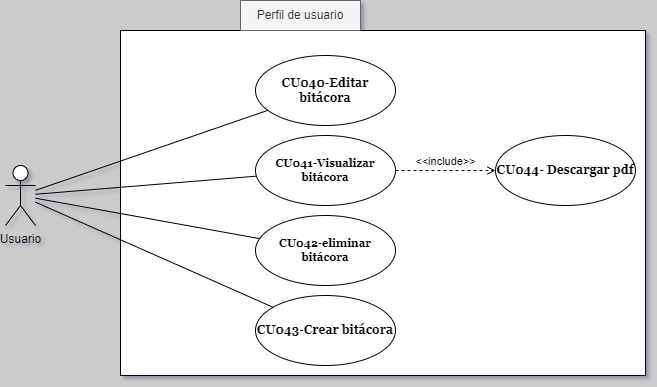
Before: DiagraCasosDeUso/PerfilDeUsuario.png, a diagram exported from draw.io (CH3MOO/SpecialityX). Source tidied: cells renumbered, new cells last; positions are measured from the earlier drawing's top-left corner, leaving out a move shared by most shapes.
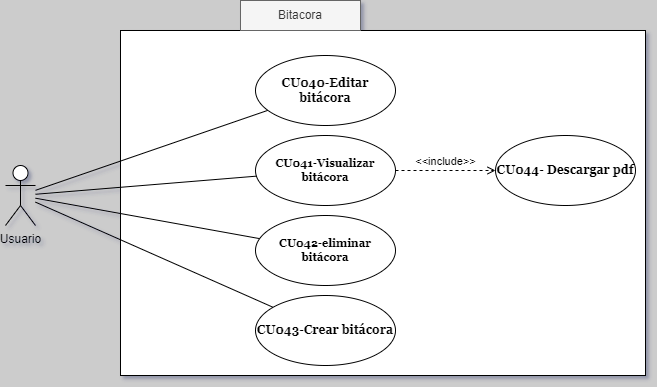
Above is the later version.

Change to the diagram source:
```diff
@@ -32,7 +32,7 @@
     <mxCell id="11" style="endArrow=none;html=1;rounded=0;" parent="1" edge="1" source="3" target="8">
       <mxGeometry relative="1" as="geometry" />
     </mxCell>
-    <mxCell id="12" value="Perfil de usuario" style="text;html=1;align=center;verticalAlign=middle;whiteSpace=wrap;rounded=0;fillColor=#f5f5f5;strokeColor=#666666;fontColor=#333333;" parent="1" vertex="1">
+    <mxCell id="12" value="Bitacora" style="text;html=1;align=center;verticalAlign=middle;whiteSpace=wrap;rounded=0;fillColor=#f5f5f5;strokeColor=#666666;fontColor=#333333;" parent="1" vertex="1">
       <mxGeometry x="235" width="120" height="30" as="geometry" />
     </mxCell>
     <mxCell id="13" value="&amp;lt;&amp;lt;include&amp;gt;&amp;gt;" style="html=1;verticalAlign=bottom;labelBackgroundColor=none;endArrow=open;endFill=0;dashed=1;rounded=0;" parent="1" edge="1" source="8" target="14">
```
